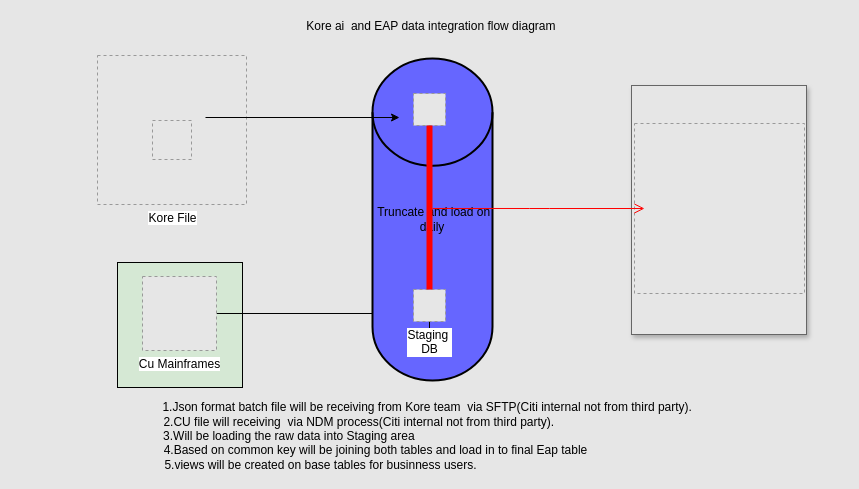
This is Untitled Diagram.drawio from sahasra1809/myfirstspark_scala, a draw.io file, before an edit. Source tidied: cells renumbered, new cells numbered last; positions are measured from the earlier drawing's top-left corner, leaving out a move shared by most shapes. Both pictures are drawn from the tidied source at 100%, with x=0, y=0 at pixel (17, 17). Pictures stored in the file or linked from it are replaced by grey dashed boxes.
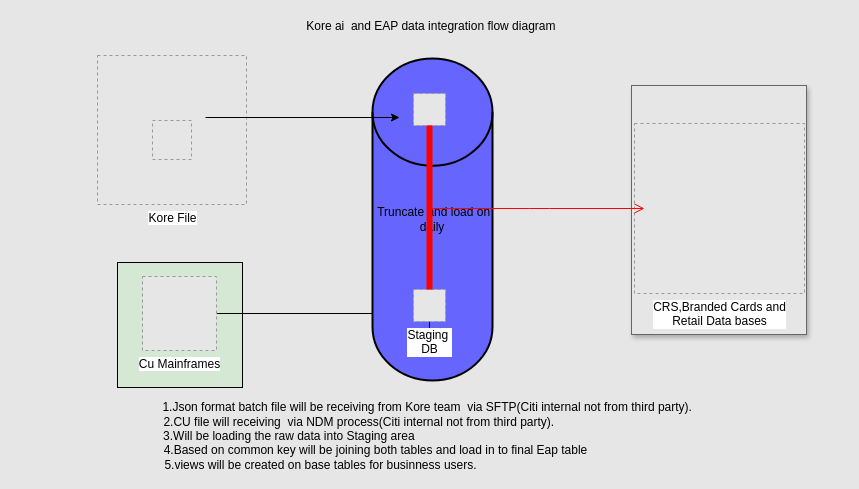
The same page after the edit.

The edit, as a diff of the source:
```diff
@@
 <mxGraphModel background="#E6E6E6">
   <root>
     <mxCell id="0" />
     <mxCell id="1" parent="0" />
     <mxCell id="2" value="Kore File" style="fillColor=#E6E6E6;strokeColor=#999999;dashed=1;html=1;verticalAlign=top;verticalLabelPosition=bottom;labelBackgroundColor=#ffffff;" parent="1" vertex="1">
       <mxGeometry x="80" y="38" width="149" height="149" as="geometry" />
     </mxCell>
     <mxCell id="3" value="Target DB" style="rounded=0;whiteSpace=wrap;html=1;fillColor=#E6E6E6;strokeColor=#666666;shadow=1;" parent="1" vertex="1">
       <mxGeometry x="614" y="68" width="175" height="249" as="geometry" />
     </mxCell>
     <mxCell id="4" style="fillColor=#E6E6E6;strokeColor=#999999;dashed=1;html=1;verticalAlign=top;verticalLabelPosition=bottom;labelBackgroundColor=#ffffff;" parent="1" vertex="1">
       <mxGeometry x="135" y="103" width="39" height="39" as="geometry" />
     </mxCell>
     <mxCell id="5" style="whiteSpace=wrap;html=1;fillColor=#D5E8D4;strokeColor=#000000;" parent="1" vertex="1">
       <mxGeometry x="100" y="245" width="125" height="125" as="geometry" />
     </mxCell>
     <mxCell id="6" style="edgeStyle=orthogonalEdgeStyle;rounded=0;jettySize=auto;html=1;entryX=0;entryY=0.75;entryDx=0;entryDy=0;" parent="1" edge="1" source="7" target="11">
       <mxGeometry relative="1" as="geometry" />
     </mxCell>
     <mxCell id="7" value="Cu Mainframes" style="fillColor=#E6E6E6;strokeColor=#999999;dashed=1;html=1;verticalAlign=top;verticalLabelPosition=bottom;labelBackgroundColor=#ffffff;" parent="1" vertex="1">
       <mxGeometry x="125" y="259" width="74" height="74" as="geometry" />
     </mxCell>
     <mxCell id="8" value="&amp;nbsp;Truncate and load on daily" style="strokeWidth=2;html=1;shape=mxgraph.flowchart.database;whiteSpace=wrap;fillColor=#6666FF;strokeColor=#000000;" parent="1" vertex="1">
       <mxGeometry x="355" y="41" width="120" height="322" as="geometry" />
     </mxCell>
     <mxCell id="9" style="fillColor=#E6E6E6;strokeColor=#999999;dashed=1;html=1;verticalAlign=top;verticalLabelPosition=bottom;labelBackgroundColor=#ffffff;" parent="1" vertex="1">
       <mxGeometry x="396" y="76" width="32" height="32" as="geometry" />
     </mxCell>
     <mxCell id="10" style="edgeStyle=orthogonalEdgeStyle;rounded=0;jettySize=auto;html=1;" parent="1" edge="1" source="11" target="16">
       <mxGeometry relative="1" as="geometry" />
     </mxCell>
     <mxCell id="11" value="Staging&amp;nbsp;&lt;br&gt;DB" style="fillColor=#E6E6E6;strokeColor=#999999;dashed=1;html=1;verticalAlign=top;verticalLabelPosition=bottom;labelBackgroundColor=#ffffff;" parent="1" vertex="1">
       <mxGeometry x="396" y="272" width="32" height="32" as="geometry" />
     </mxCell>
-    <mxCell id="12" style="fillColor=#E6E6E6;strokeColor=#999999;dashed=1;html=1;verticalAlign=top;verticalLabelPosition=bottom;labelBackgroundColor=#ffffff;" parent="1" vertex="1">
+    <mxCell id="12" value="CRS,Branded Cards and &lt;br&gt;Retail Data bases" style="fillColor=#E6E6E6;strokeColor=#999999;dashed=1;html=1;verticalAlign=top;verticalLabelPosition=bottom;labelBackgroundColor=#ffffff;" parent="1" vertex="1">
       <mxGeometry x="617" y="106" width="170" height="170" as="geometry" />
     </mxCell>
     <mxCell id="13" style="shape=line;html=1;strokeWidth=6;strokeColor=#ff0000;fillColor=#6666FF;direction=south;" parent="1" vertex="1">
       <mxGeometry x="407" y="108" width="10" height="164" as="geometry" />
     </mxCell>
     <mxCell id="14" style="edgeStyle=orthogonalEdgeStyle;rounded=0;orthogonalLoop=1;jettySize=auto;html=1;entryX=0;entryY=0.75;entryDx=0;entryDy=0;" parent="1" edge="1">
       <mxGeometry relative="1" as="geometry">
         <mxPoint x="188" y="100" as="sourcePoint" />
         <mxPoint x="382" y="100" as="targetPoint" />
       </mxGeometry>
     </mxCell>
     <mxCell id="15" style="edgeStyle=orthogonalEdgeStyle;html=1;verticalAlign=bottom;endArrow=open;endSize=8;strokeColor=#ff0000;exitX=0.506;exitY=0.2;exitDx=0;exitDy=0;exitPerimeter=0;" parent="1" edge="1" source="13">
       <mxGeometry relative="1" as="geometry">
         <mxPoint x="627" y="191" as="targetPoint" />
       </mxGeometry>
     </mxCell>
     <mxCell id="16" value="&lt;br&gt;&lt;br&gt;&lt;br&gt;1.Json format batch file will be receiving from Kore team&amp;nbsp; via SFTP(Citi internal not from third party).&amp;nbsp;&amp;nbsp;&lt;br&gt;2.CU file will receiving&amp;nbsp; via NDM process(Citi internal not from third party).&amp;nbsp; &amp;nbsp; &amp;nbsp; &amp;nbsp; &amp;nbsp; &amp;nbsp; &amp;nbsp; &amp;nbsp; &amp;nbsp; &amp;nbsp; &amp;nbsp; &amp;nbsp; &amp;nbsp; &amp;nbsp; &amp;nbsp; &amp;nbsp; &amp;nbsp; &amp;nbsp; &amp;nbsp; &amp;nbsp; &amp;nbsp; &amp;nbsp;&lt;br&gt;&amp;nbsp; &amp;nbsp; &amp;nbsp; &amp;nbsp; &amp;nbsp; &amp;nbsp; &amp;nbsp; &amp;nbsp; &amp;nbsp; &amp;nbsp; &amp;nbsp; &amp;nbsp; &amp;nbsp; &amp;nbsp; &amp;nbsp; &amp;nbsp; &amp;nbsp; &amp;nbsp; &amp;nbsp; &amp;nbsp; &amp;nbsp;&amp;nbsp;3.Will be loading the raw data into Staging area&amp;nbsp; &amp;nbsp; &amp;nbsp; &amp;nbsp; &amp;nbsp; &amp;nbsp; &amp;nbsp; &amp;nbsp; &amp;nbsp; &amp;nbsp; &amp;nbsp; &amp;nbsp; &amp;nbsp; &amp;nbsp; &amp;nbsp; &amp;nbsp; &amp;nbsp; &amp;nbsp; &amp;nbsp; &amp;nbsp; &amp;nbsp; &amp;nbsp; &amp;nbsp; &amp;nbsp; &amp;nbsp; &amp;nbsp; &amp;nbsp; &amp;nbsp; &amp;nbsp; &amp;nbsp; &amp;nbsp; &amp;nbsp; &amp;nbsp; &amp;nbsp; &amp;nbsp; &amp;nbsp; &amp;nbsp; &amp;nbsp; &amp;nbsp; &amp;nbsp; &amp;nbsp; &amp;nbsp; &amp;nbsp; &amp;nbsp; &amp;nbsp; &amp;nbsp; &amp;nbsp; &amp;nbsp; &amp;nbsp; &amp;nbsp; &amp;nbsp; &amp;nbsp; &amp;nbsp; &amp;nbsp; &amp;nbsp; &amp;nbsp; &amp;nbsp; &amp;nbsp; &amp;nbsp; &amp;nbsp; &amp;nbsp; &amp;nbsp; &amp;nbsp; &amp;nbsp;&lt;br&gt;&amp;nbsp; &amp;nbsp; &amp;nbsp; &amp;nbsp; &amp;nbsp; &amp;nbsp; &amp;nbsp; &amp;nbsp; &amp;nbsp; &amp;nbsp; 4.Based on common key will be joining both tables and load in to final Eap table&amp;nbsp; &amp;nbsp; &amp;nbsp; &amp;nbsp; &amp;nbsp; &amp;nbsp; &amp;nbsp; &amp;nbsp; &amp;nbsp; &amp;nbsp; &amp;nbsp; &amp;nbsp; &amp;nbsp; &amp;nbsp; &amp;nbsp; &amp;nbsp; &amp;nbsp; &amp;nbsp; &amp;nbsp; &amp;nbsp; &amp;nbsp; &amp;nbsp; &amp;nbsp; &amp;nbsp; &amp;nbsp; &amp;nbsp; &amp;nbsp;&lt;br&gt;5.views will be created on base tables for businness users.&amp;nbsp; &amp;nbsp; &amp;nbsp; &amp;nbsp; &amp;nbsp; &amp;nbsp; &amp;nbsp; &amp;nbsp; &amp;nbsp; &amp;nbsp; &amp;nbsp; &amp;nbsp; &amp;nbsp; &amp;nbsp; &amp;nbsp; &amp;nbsp; &amp;nbsp; &amp;nbsp; &amp;nbsp; &amp;nbsp; &amp;nbsp; &amp;nbsp; &amp;nbsp; &amp;nbsp; &amp;nbsp; &amp;nbsp; &amp;nbsp; &amp;nbsp; &amp;nbsp; &amp;nbsp; &amp;nbsp; &amp;nbsp; &amp;nbsp;&amp;nbsp;" style="text;html=1;align=center;verticalAlign=middle;points=[];" parent="1" vertex="1">
       <mxGeometry y="339" width="825" height="116" as="geometry" />
     </mxCell>
     <mxCell id="17" value="Kore ai&amp;nbsp; and EAP data integration flow diagram&amp;nbsp;" style="text;html=1;align=center;verticalAlign=middle;" parent="1" vertex="1">
       <mxGeometry x="283.5" width="263" height="18" as="geometry" />
     </mxCell>
   </root>
 </mxGraphModel>
```
